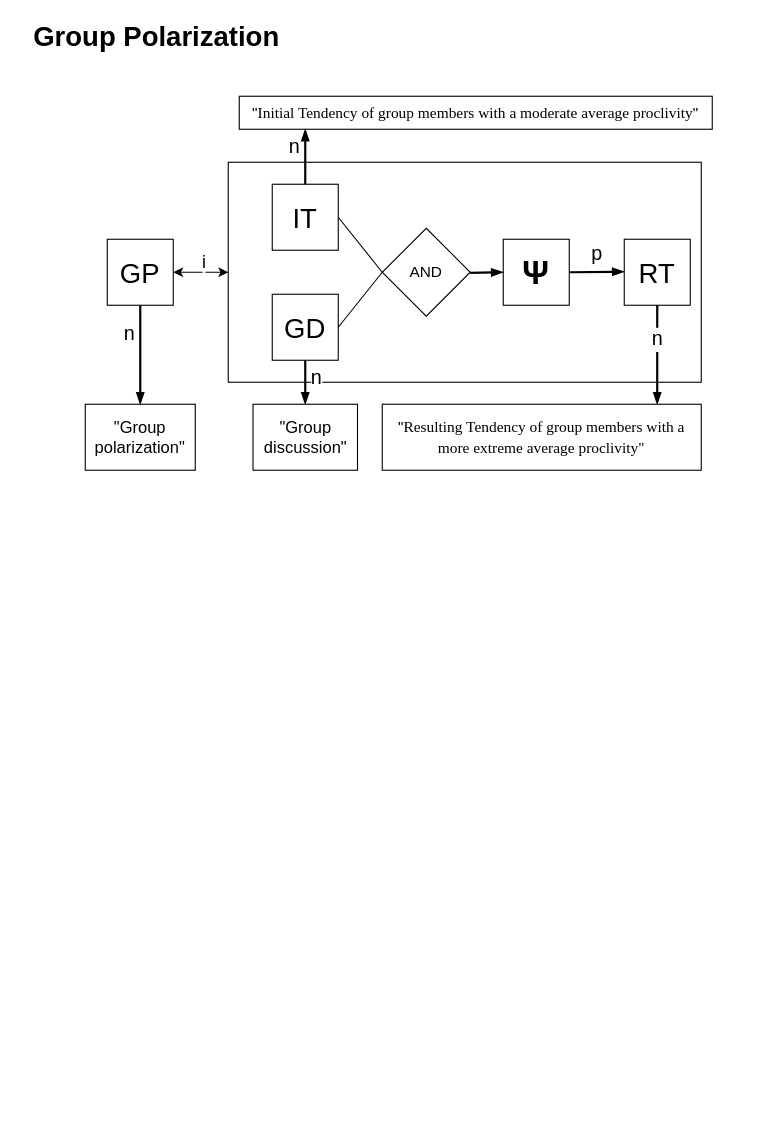
Earlier version of the draw.io diagram Group_Polarization.drawio (David-Rieger/Persuasive-Arguments-Theory). Source tidied: cells renumbered, new cells numbered last; positions are measured from the earlier drawing's top-left corner, leaving out a move shared by most shapes. Both pictures are drawn from the tidied source at 110%, with x=0, y=0 at pixel (19, 19).
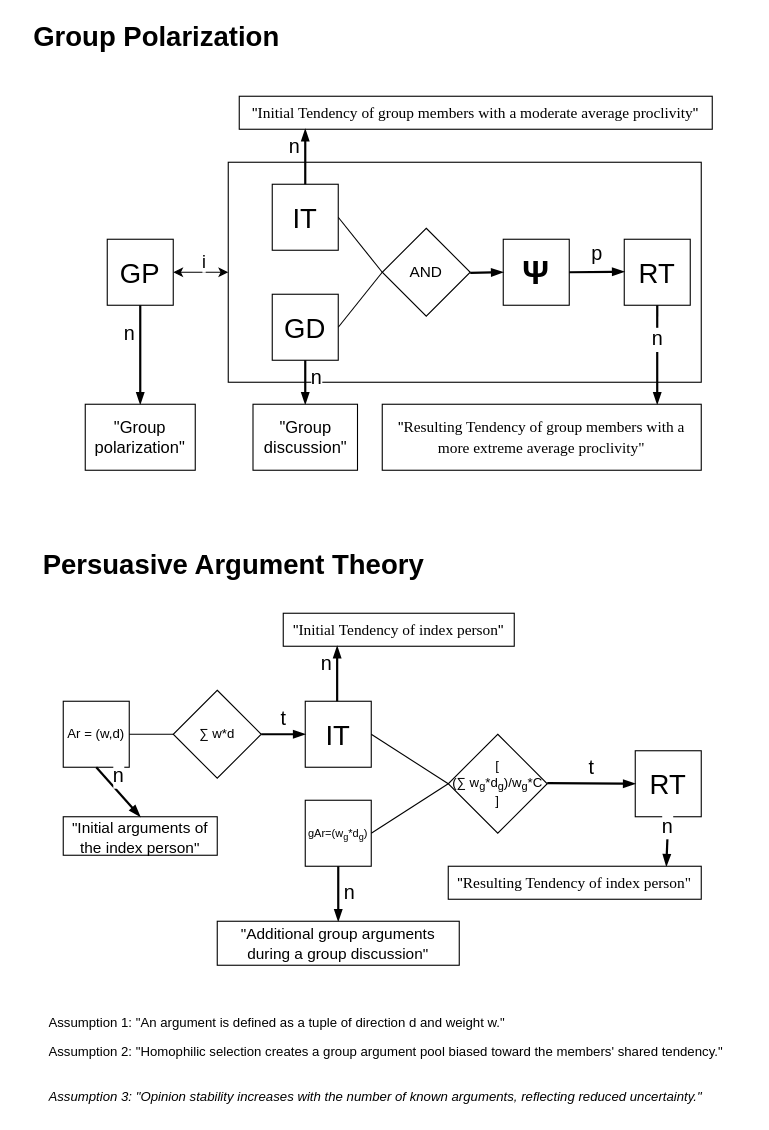
Above is the later version.

What changed in the source:
```diff
@@
+    <mxCell id="24" value="&lt;b&gt;Persuasive Argument Theory&lt;/b&gt;" style="text;html=1;whiteSpace=wrap;strokeColor=none;fillColor=none;align=center;verticalAlign=middle;rounded=0;fontSize=25;" parent="1" vertex="1">
+      <mxGeometry x="10" y="480" width="370" height="30" as="geometry" />
+    </mxCell>
+    <mxCell id="25" value="&lt;font style=&quot;font-size: 25px;&quot;&gt;IT&lt;/font&gt;" style="whiteSpace=wrap;html=1;fontColor=default;fillColor=default;strokeColor=default;" parent="1" vertex="1">
+      <mxGeometry x="260" y="620" width="60" height="60" as="geometry" />
+    </mxCell>
+    <mxCell id="26" value="&lt;font style=&quot;font-size: 10px;&quot;&gt;gAr=(w&lt;sub&gt;g&lt;/sub&gt;*d&lt;sub&gt;g&lt;/sub&gt;)&lt;/font&gt;" style="whiteSpace=wrap;html=1;fontColor=default;fillColor=default;strokeColor=default;" parent="1" vertex="1">
+      <mxGeometry x="260" y="710" width="60" height="60" as="geometry" />
+    </mxCell>
+    <mxCell id="27" value="&lt;div&gt;[&lt;/div&gt;&lt;div&gt;(∑ w&lt;sub&gt;g&lt;/sub&gt;*d&lt;sub&gt;g&lt;/sub&gt;)/w&lt;sub&gt;g&lt;/sub&gt;*C&lt;/div&gt;&lt;div&gt;]&lt;/div&gt;" style="rhombus;whiteSpace=wrap;html=1;strokeColor=default;fillColor=default;fontColor=default;" parent="1" vertex="1">
+      <mxGeometry x="390" y="650" width="90" height="90" as="geometry" />
+    </mxCell>
+    <mxCell id="28" value="&lt;font style=&quot;font-size: 25px;&quot;&gt;RT&lt;/font&gt;" style="whiteSpace=wrap;html=1;fontColor=default;fillColor=default;strokeColor=default;" parent="1" vertex="1">
+      <mxGeometry x="560" y="665" width="60" height="60" as="geometry" />
+    </mxCell>
+    <mxCell id="29" style="endArrow=none;html=1;rounded=0;entryX=0;entryY=0.5;entryDx=0;entryDy=0;exitX=1;exitY=0.5;exitDx=0;exitDy=0;" parent="1" edge="1" source="26" target="27">
+      <mxGeometry relative="1" as="geometry" />
+    </mxCell>
+    <mxCell id="30" style="endArrow=none;html=1;rounded=0;entryX=0;entryY=0.5;entryDx=0;entryDy=0;exitX=1;exitY=0.5;exitDx=0;exitDy=0;" parent="1" edge="1" source="25" target="27">
+      <mxGeometry relative="1" as="geometry" />
+    </mxCell>
+    <mxCell id="31" value="&lt;font style=&quot;font-size: 14px;&quot;&gt;&quot;&lt;span style=&quot;font-family: &amp;quot;Times New Roman&amp;quot;, serif; color: rgb(0, 0, 0); background-color: transparent; font-weight: 400; font-style: normal; font-variant: normal; text-decoration: none; vertical-align: baseline; white-space: pre-wrap;&quot; id=&quot;docs-internal-guid-182eb5a1-7fff-cc8b-2ef9-66eff7564007&quot;&gt;Initial Tendency of index person&lt;/span&gt;&quot;&lt;/font&gt;" style="rounded=0;whiteSpace=wrap;html=1;fillColor=default;fontColor=default;strokeColor=default;fontSize=15;" parent="1" vertex="1">
+      <mxGeometry x="240" y="540" width="210" height="30" as="geometry" />
+    </mxCell>
+    <mxCell id="32" value="&lt;font style=&quot;font-size: 18px;&quot;&gt;n&lt;/font&gt;" style="endArrow=blockThin;html=1;rounded=0;labelPosition=center;verticalLabelPosition=top;align=center;verticalAlign=bottom;strokeWidth=2;endFill=1;" parent="1" edge="1">
+      <mxGeometry x="-0.21" y="10" relative="1" as="geometry">
+        <mxPoint x="289" y="620" as="sourcePoint" />
+        <mxPoint x="289" y="570" as="targetPoint" />
+      </mxGeometry>
+    </mxCell>
+    <mxCell id="33" value="&lt;font style=&quot;font-size: 18px;&quot;&gt;n&lt;/font&gt;" style="endArrow=blockThin;html=1;rounded=0;labelPosition=center;verticalLabelPosition=top;align=center;verticalAlign=bottom;strokeWidth=2;endFill=1;exitX=0.5;exitY=1;exitDx=0;exitDy=0;" parent="1" edge="1" source="26" target="34">
+      <mxGeometry x="0.5" y="10" relative="1" as="geometry" />
+    </mxCell>
+    <mxCell id="34" value="&lt;font style=&quot;font-size: 14px;&quot;&gt;&quot;Additional group arguments during a group discussion&quot;&lt;/font&gt;" style="rounded=0;whiteSpace=wrap;html=1;fillColor=default;fontColor=default;strokeColor=default;fontSize=15;" parent="1" vertex="1">
+      <mxGeometry x="180" y="820" width="220" height="40" as="geometry" />
+    </mxCell>
+    <mxCell id="35" value="&lt;font style=&quot;font-size: 18px;&quot;&gt;n&lt;/font&gt;" style="endArrow=blockThin;html=1;rounded=0;labelPosition=center;verticalLabelPosition=top;align=center;verticalAlign=bottom;strokeWidth=2;endFill=1;entryX=0.862;entryY=0;entryDx=0;entryDy=0;entryPerimeter=0;exitX=0.5;exitY=1;exitDx=0;exitDy=0;" parent="1" edge="1" source="28" target="36">
+      <mxGeometry relative="1" as="geometry" />
+    </mxCell>
+    <mxCell id="36" value="&lt;font style=&quot;font-size: 14px;&quot;&gt;&quot;&lt;span style=&quot;font-family: &amp;quot;Times New Roman&amp;quot;, serif; color: rgb(0, 0, 0); background-color: transparent; font-weight: 400; font-style: normal; font-variant: normal; text-decoration: none; vertical-align: baseline; white-space: pre-wrap;&quot; id=&quot;docs-internal-guid-ccb9659d-7fff-1672-5b99-3fe3d203d7e8&quot;&gt;Resulting Tendency of index person&quot;&lt;/span&gt;&lt;/font&gt;" style="rounded=0;whiteSpace=wrap;html=1;fillColor=default;fontColor=default;strokeColor=default;fontSize=15;" parent="1" vertex="1">
+      <mxGeometry x="390" y="770" width="230" height="30" as="geometry" />
+    </mxCell>
+    <mxCell id="37" value="&lt;font&gt;Ar = (w,d)&lt;/font&gt;" style="whiteSpace=wrap;html=1;fontColor=default;fillColor=default;strokeColor=default;" parent="1" vertex="1">
+      <mxGeometry x="40" y="620" width="60" height="60" as="geometry" />
+    </mxCell>
+    <mxCell id="38" value="∑ w*d" style="rhombus;whiteSpace=wrap;html=1;strokeColor=default;fillColor=default;fontColor=default;" parent="1" vertex="1">
+      <mxGeometry x="140" y="610" width="80" height="80" as="geometry" />
+    </mxCell>
+    <mxCell id="39" value="&lt;p style=&quot;padding-top: 0px; padding-bottom: 0px; font-family: &amp;quot;Google Sans Text&amp;quot;, sans-serif !important; line-height: 1.15 !important; margin-top: 0px !important;&quot;&gt;Assumption 1: &quot;An argument is defined as a tuple of direction d and weight w.&quot;&lt;/p&gt;&lt;p style=&quot;padding-top: 0px; padding-bottom: 0px; font-family: &amp;quot;Google Sans Text&amp;quot;, sans-serif !important; line-height: 1.15 !important; margin-top: 0px !important;&quot;&gt;Assumption 2: &quot;Homophilic selection creates a group argument pool biased toward the members' shared tendency.&quot;&lt;/p&gt;&lt;div&gt;&lt;br&gt;&lt;/div&gt;&lt;div&gt;&lt;i&gt;Assumption 3: &quot;Opinion stability increases with the number of known arguments, reflecting reduced uncertainty.&quot;&lt;/i&gt;&lt;/div&gt;" style="text;html=1;whiteSpace=wrap;overflow=hidden;rounded=0;" parent="1" vertex="1">
+      <mxGeometry x="25" y="900" width="640" height="90" as="geometry" />
+    </mxCell>
+    <mxCell id="40" value="&lt;font style=&quot;font-size: 18px;&quot;&gt;t&lt;/font&gt;" style="endArrow=blockThin;html=1;rounded=0;labelPosition=center;verticalLabelPosition=top;align=center;verticalAlign=bottom;strokeWidth=2;endFill=1;entryX=0;entryY=0.5;entryDx=0;entryDy=0;" parent="1" edge="1" target="28">
+      <mxGeometry relative="1" as="geometry">
+        <mxPoint x="480" y="694.5" as="sourcePoint" />
+      </mxGeometry>
+    </mxCell>
+    <mxCell id="41" value="&lt;font style=&quot;font-size: 18px;&quot;&gt;t&lt;/font&gt;" style="endArrow=blockThin;html=1;rounded=0;labelPosition=center;verticalLabelPosition=top;align=center;verticalAlign=bottom;strokeWidth=2;endFill=1;exitX=1;exitY=0.5;exitDx=0;exitDy=0;" parent="1" edge="1" source="38">
+      <mxGeometry relative="1" as="geometry">
+        <mxPoint x="260" y="650" as="targetPoint" />
+      </mxGeometry>
+    </mxCell>
+    <mxCell id="42" style="endArrow=none;html=1;rounded=0;entryX=0;entryY=0.5;entryDx=0;entryDy=0;" parent="1" edge="1" target="38">
+      <mxGeometry relative="1" as="geometry">
+        <mxPoint x="100" y="650" as="sourcePoint" />
+      </mxGeometry>
+    </mxCell>
+    <mxCell id="43" value="&lt;font style=&quot;font-size: 14px;&quot;&gt;&quot;Initial arguments of the index person&quot;&lt;/font&gt;" style="rounded=0;whiteSpace=wrap;html=1;fillColor=default;fontColor=default;strokeColor=default;fontSize=15;" parent="1" vertex="1">
+      <mxGeometry x="40" y="725" width="140" height="35" as="geometry" />
+    </mxCell>
+    <mxCell id="44" value="&lt;font style=&quot;font-size: 18px;&quot;&gt;n&lt;/font&gt;" style="endArrow=blockThin;html=1;rounded=0;labelPosition=center;verticalLabelPosition=top;align=center;verticalAlign=bottom;strokeWidth=2;endFill=1;entryX=0.5;entryY=0;entryDx=0;entryDy=0;" parent="1" edge="1" target="43">
+      <mxGeometry relative="1" as="geometry">
+        <mxPoint x="70" y="680" as="sourcePoint" />
+      </mxGeometry>
+    </mxCell>
```
